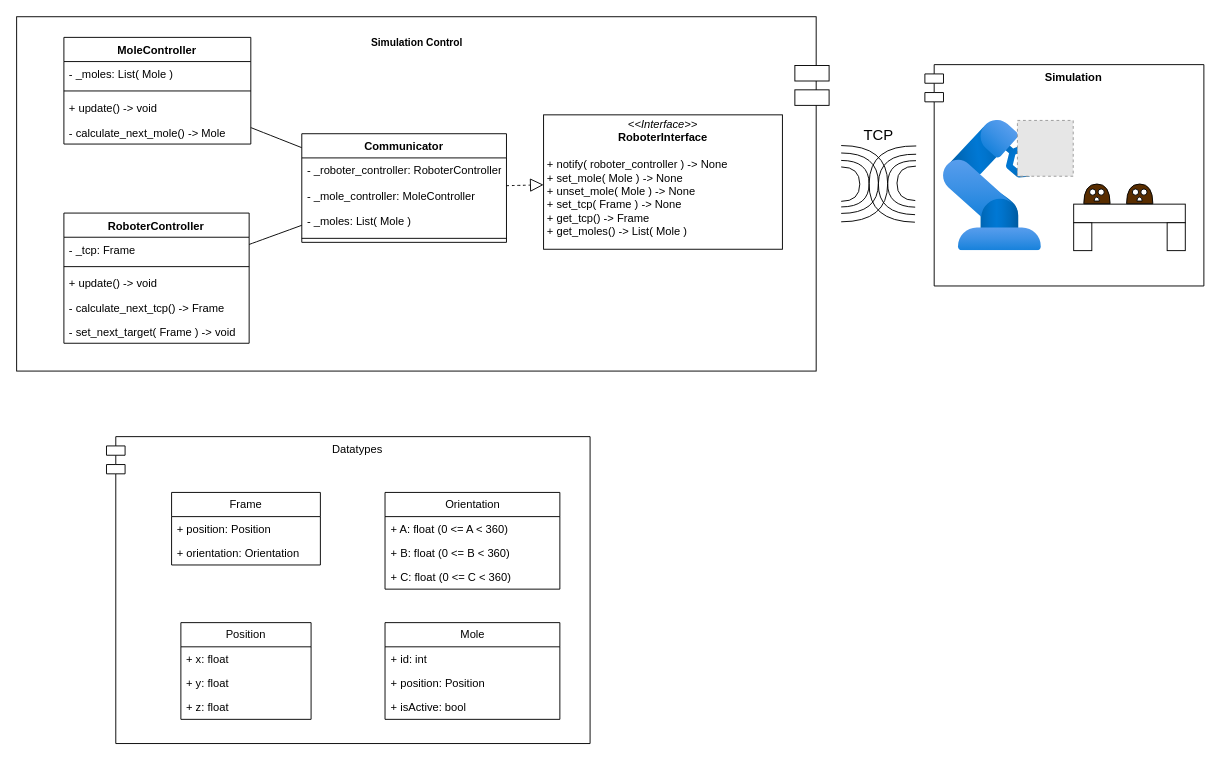
The draw.io diagram docs/architecture.drawio in bkkarsten/robotikprojekt, before the edit. Source tidied: cells renumbered, new cells numbered last; positions are measured from the earlier drawing's top-left corner, leaving out a move shared by most shapes. Both pictures are drawn from the tidied source at 93%, with x=0, y=0 at pixel (16, 16). Pictures stored in the file or linked from it are replaced by grey dashed boxes.
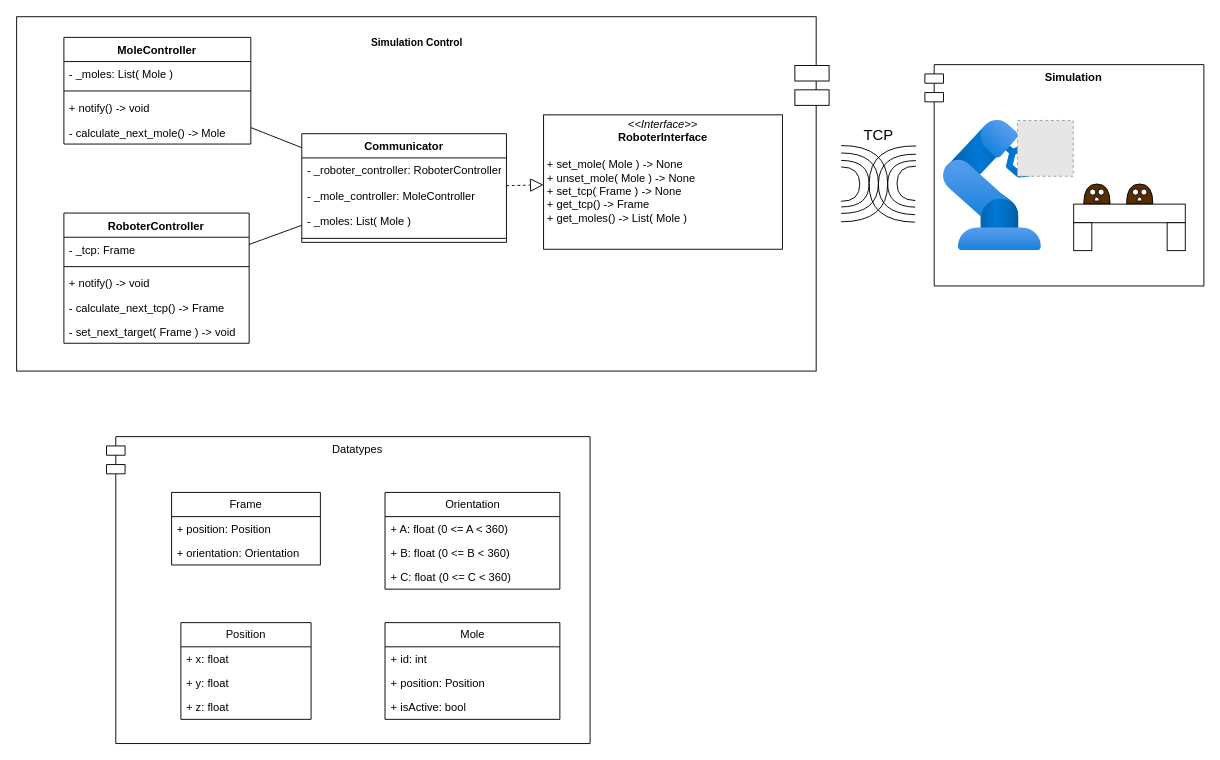
The same diagram, later.

Commit message (it also covers changes not shown here):
docs: removed irrelevant notify method from interface definition

The change refers to these unchanged cells:
```xml
<mxCell id="3" style="group;" parent="1" vertex="1">
  <mxGeometry x="107" y="0.5" width="767" height="381" as="geometry" />
</mxCell>
<mxCell id="8" value="MoleController" style="swimlane;fontStyle=1;align=center;verticalAlign=top;horizontal=1;startSize=26;whiteSpace=wrap;html=1;" parent="3" vertex="1">
  <mxGeometry x="-55.8" y="22.2" width="201" height="114.7" as="geometry" />
</mxCell>
<mxCell id="14" value="RoboterController" style="swimlane;fontStyle=1;align=center;verticalAlign=top;horizontal=1;startSize=26;whiteSpace=wrap;html=1;" parent="3" vertex="1">
  <mxGeometry x="-55.8" y="211.1" width="199.2" height="140" as="geometry" />
</mxCell>
```

The edit, as a diff of the source:
```diff
@@
-    <mxCell id="7" value="&lt;p style=&quot;margin:0px;margin-top:4px;text-align:center;&quot;&gt;&lt;i&gt;&amp;lt;&amp;lt;Interface&amp;gt;&amp;gt;&lt;/i&gt;&lt;br&gt;&lt;b&gt;RoboterInterface&lt;/b&gt;&lt;/p&gt;&lt;p style=&quot;margin:0px;margin-left:4px;&quot;&gt;&lt;br&gt;&lt;/p&gt;&lt;p style=&quot;margin:0px;margin-left:4px;&quot;&gt;+ notify( roboter_controller ) -&amp;gt; None&lt;/p&gt;&lt;p style=&quot;margin:0px;margin-left:4px;&quot;&gt;+ set_mole( Mole ) -&amp;gt; None&lt;/p&gt;&lt;p style=&quot;margin:0px;margin-left:4px;&quot;&gt;+ unset_mole( Mole ) -&amp;gt; None&lt;/p&gt;&lt;p style=&quot;margin:0px;margin-left:4px;&quot;&gt;+ set_tcp( Frame ) -&amp;gt; None&lt;/p&gt;&lt;p style=&quot;margin:0px;margin-left:4px;&quot;&gt;+ get_tcp() -&amp;gt; Frame&lt;/p&gt;&lt;p style=&quot;margin:0px;margin-left:4px;&quot;&gt;+ get_moles() -&amp;gt; List( Mole )&lt;/p&gt;" style="verticalAlign=top;align=left;overflow=fill;html=1;whiteSpace=wrap;" parent="3" vertex="1">
+    <mxCell id="7" value="&lt;p style=&quot;margin:0px;margin-top:4px;text-align:center;&quot;&gt;&lt;i&gt;&amp;lt;&amp;lt;Interface&amp;gt;&amp;gt;&lt;/i&gt;&lt;br&gt;&lt;b&gt;RoboterInterface&lt;/b&gt;&lt;/p&gt;&lt;p style=&quot;margin:0px;margin-left:4px;&quot;&gt;&lt;br&gt;&lt;/p&gt;&lt;p style=&quot;margin:0px;margin-left:4px;&quot;&gt;&lt;span style=&quot;background-color: initial;&quot;&gt;+ set_mole( Mole ) -&amp;gt; None&lt;/span&gt;&lt;br&gt;&lt;/p&gt;&lt;p style=&quot;margin:0px;margin-left:4px;&quot;&gt;+ unset_mole( Mole ) -&amp;gt; None&lt;/p&gt;&lt;p style=&quot;margin:0px;margin-left:4px;&quot;&gt;+ set_tcp( Frame ) -&amp;gt; None&lt;/p&gt;&lt;p style=&quot;margin:0px;margin-left:4px;&quot;&gt;+ get_tcp() -&amp;gt; Frame&lt;/p&gt;&lt;p style=&quot;margin:0px;margin-left:4px;&quot;&gt;+ get_moles() -&amp;gt; List( Mole )&lt;/p&gt;" style="verticalAlign=top;align=left;overflow=fill;html=1;whiteSpace=wrap;" parent="3" vertex="1">
       <mxGeometry x="460" y="105.5" width="256.8" height="144.5" as="geometry" />
     </mxCell>
@@
-    <mxCell id="11" value="+ update() -&amp;gt; void" style="text;strokeColor=none;fillColor=none;align=left;verticalAlign=top;spacingLeft=4;spacingRight=4;overflow=hidden;whiteSpace=wrap;html=1;" parent="8" vertex="1">
+    <mxCell id="11" value="+ notify() -&amp;gt; void" style="text;strokeColor=none;fillColor=none;align=left;verticalAlign=top;spacingLeft=4;spacingRight=4;overflow=hidden;whiteSpace=wrap;html=1;" parent="8" vertex="1">
       <mxGeometry y="61.9" width="201" height="27.4" as="geometry" />
     </mxCell>
@@
-    <mxCell id="17" value="+ update() -&amp;gt; void" style="text;strokeColor=none;fillColor=none;align=left;verticalAlign=top;spacingLeft=4;spacingRight=4;overflow=hidden;whiteSpace=wrap;html=1;" parent="14" vertex="1">
+    <mxCell id="17" value="+ notify() -&amp;gt; void" style="text;strokeColor=none;fillColor=none;align=left;verticalAlign=top;spacingLeft=4;spacingRight=4;overflow=hidden;whiteSpace=wrap;html=1;" parent="14" vertex="1">
       <mxGeometry y="61.9" width="199.2" height="27.4" as="geometry" />
     </mxCell>
```
